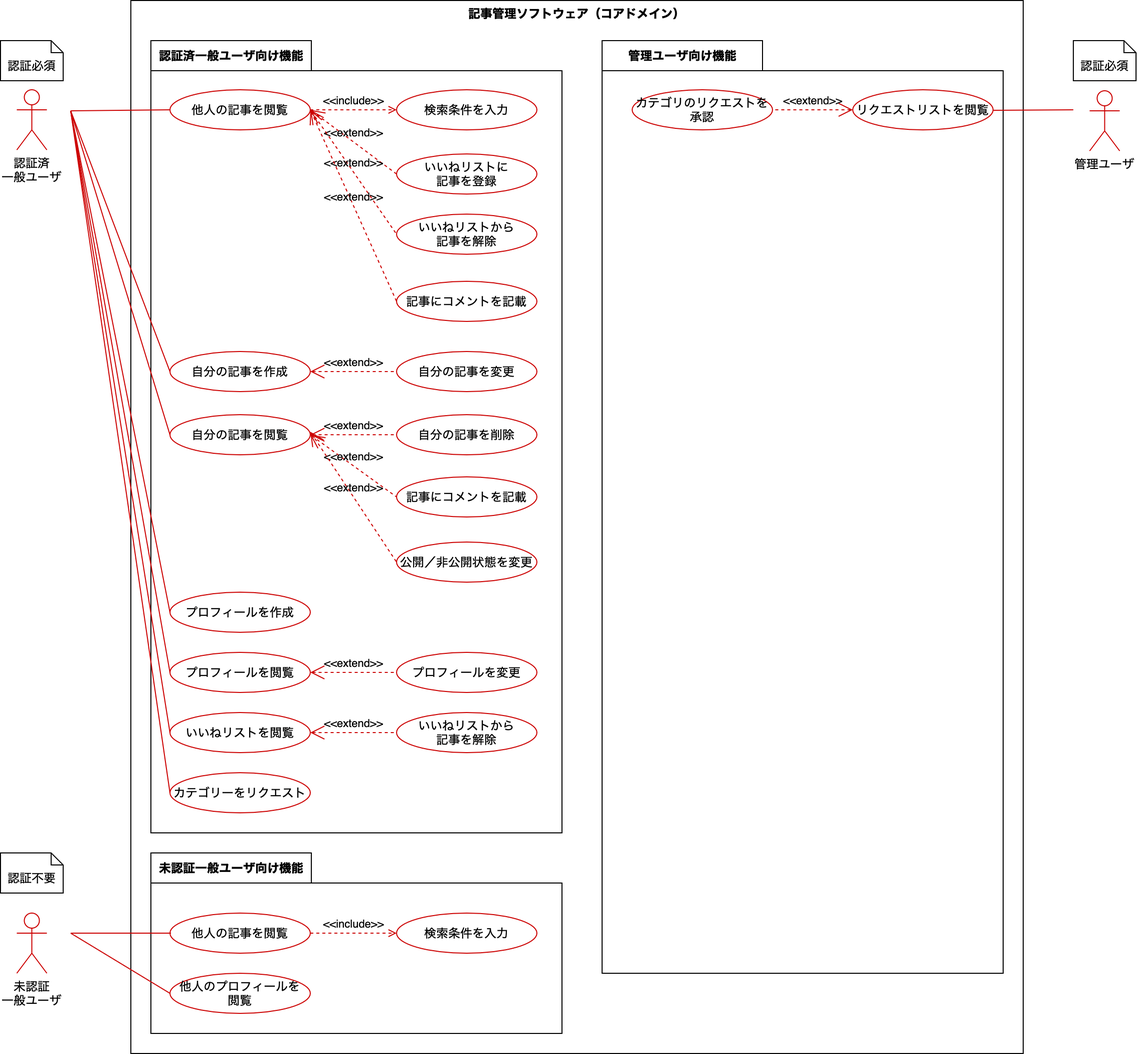
This is docs/usecase-diagrams/ddd-api-with-laravel_usecase-diagram.drawio.png from hiroki-it/ddd-backend-with-laravel, a draw.io export, as it was before one commit. Source tidied: cells renumbered, new cells last; positions are measured from the earlier drawing's top-left corner, leaving out a move shared by most shapes.
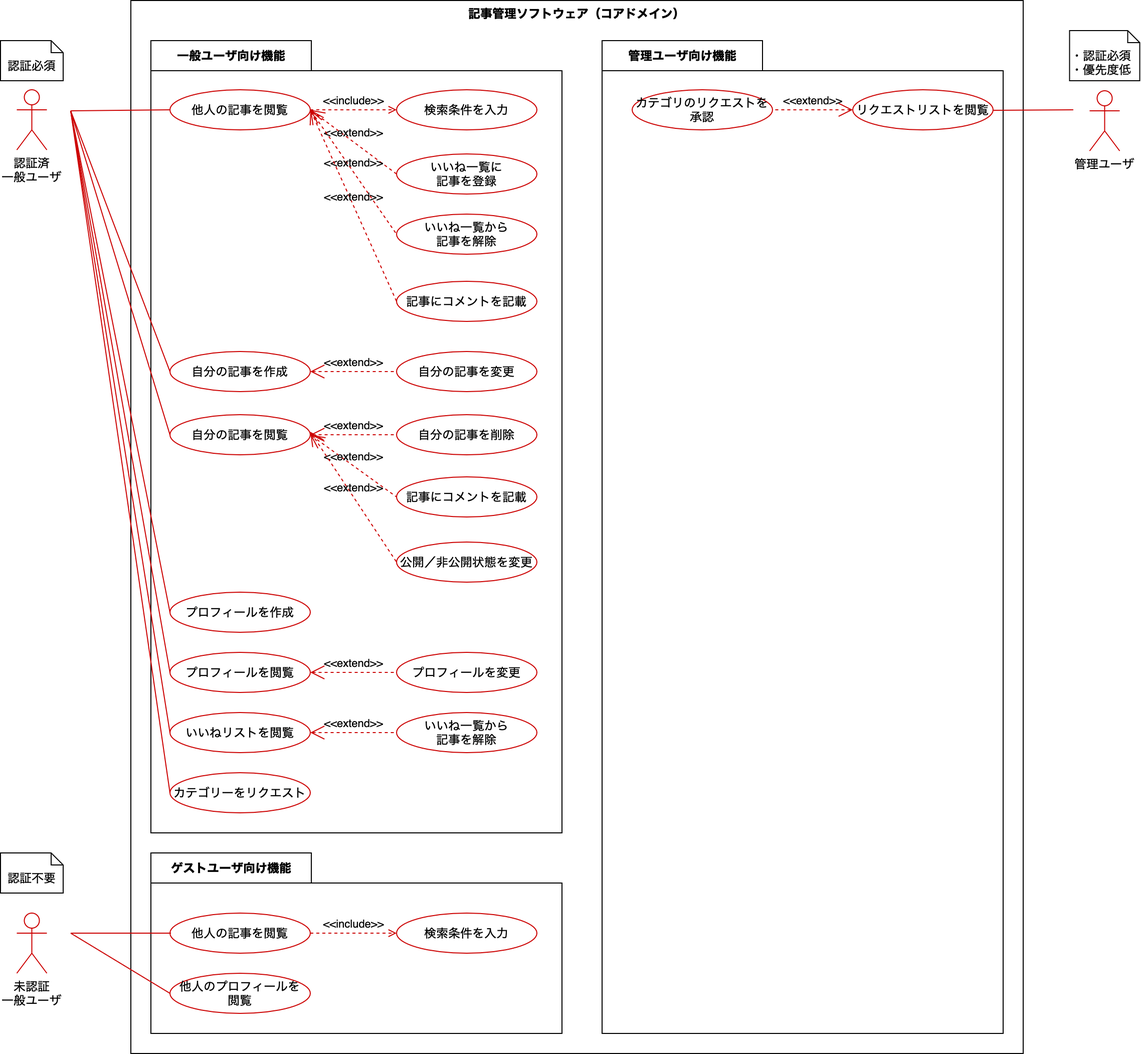
After the change.

Commit message:
update ユースケース図を更新した．

Change to the diagram source:
```diff
@@ -5,13 +5,13 @@
     <mxCell id="2" value="記事管理ソフトウェア（コアドメイン）" style="shape=rect;html=1;verticalAlign=top;fontStyle=1;whiteSpace=wrap;align=center;" parent="1" vertex="1">
       <mxGeometry x="130" width="890" height="1050" as="geometry" />
     </mxCell>
-    <mxCell id="3" value="未認証一般ユーザ向け機能" style="shape=folder;fontStyle=1;tabWidth=160;tabHeight=30;tabPosition=left;html=1;boundedLbl=1;labelInHeader=1;" parent="1" vertex="1">
+    <mxCell id="3" value="ゲストユーザ向け機能" style="shape=folder;fontStyle=1;tabWidth=160;tabHeight=30;tabPosition=left;html=1;boundedLbl=1;labelInHeader=1;" parent="1" vertex="1">
       <mxGeometry x="150" y="850" width="410" height="180" as="geometry" />
     </mxCell>
     <mxCell id="4" value="管理ユーザ向け機能" style="shape=folder;fontStyle=1;tabWidth=160;tabHeight=30;tabPosition=left;html=1;boundedLbl=1;labelInHeader=1;" parent="1" vertex="1">
-      <mxGeometry x="600" y="40" width="400" height="930" as="geometry" />
+      <mxGeometry x="600" y="40" width="400" height="990" as="geometry" />
     </mxCell>
-    <mxCell id="5" value="認証済一般ユーザ向け機能" style="shape=folder;fontStyle=1;tabWidth=160;tabHeight=30;tabPosition=left;html=1;boundedLbl=1;labelInHeader=1;" parent="1" vertex="1">
+    <mxCell id="5" value="一般ユーザ向け機能" style="shape=folder;fontStyle=1;tabWidth=160;tabHeight=30;tabPosition=left;html=1;boundedLbl=1;labelInHeader=1;" parent="1" vertex="1">
       <mxGeometry x="150" y="40" width="410" height="790" as="geometry" />
     </mxCell>
     <mxCell id="6" value="他人の記事を閲覧" style="ellipse;whiteSpace=wrap;html=1;strokeColor=#CC0000;" parent="1" vertex="1">
@@ -63,7 +63,7 @@
     <mxCell id="19" value="&amp;lt;&amp;lt;include&amp;gt;&amp;gt;" style="edgeStyle=none;html=1;endArrow=open;verticalAlign=bottom;dashed=1;labelBackgroundColor=none;strokeColor=#CC0000;exitX=1;exitY=0.5;exitDx=0;exitDy=0;" parent="1" edge="1" source="15" target="18">
       <mxGeometry relative="1" as="geometry" />
     </mxCell>
-    <mxCell id="20" value="いいねリストに&lt;br&gt;記事を登録" style="ellipse;whiteSpace=wrap;html=1;strokeColor=#CC0000;" parent="1" vertex="1">
+    <mxCell id="20" value="いいね一覧に&lt;br&gt;記事を登録" style="ellipse;whiteSpace=wrap;html=1;strokeColor=#CC0000;" parent="1" vertex="1">
       <mxGeometry x="395" y="153" width="140" height="40" as="geometry" />
     </mxCell>
     <mxCell id="21" value="認証不要" style="shape=note2;boundedLbl=1;whiteSpace=wrap;html=1;size=12;verticalAlign=top;align=center;direction=east;" parent="1" vertex="1">
@@ -80,7 +80,7 @@
         <mxPoint x="70" y="110" as="sourcePoint" />
       </mxGeometry>
     </mxCell>
-    <mxCell id="25" value="いいねリストから&lt;br&gt;記事を解除" style="ellipse;whiteSpace=wrap;html=1;strokeColor=#CC0000;" parent="1" vertex="1">
+    <mxCell id="25" value="いいね一覧から&lt;br&gt;記事を解除" style="ellipse;whiteSpace=wrap;html=1;strokeColor=#CC0000;" parent="1" vertex="1">
       <mxGeometry x="395" y="710" width="140" height="40" as="geometry" />
     </mxCell>
     <mxCell id="26" value="プロフィールを作成" style="ellipse;whiteSpace=wrap;html=1;strokeColor=#CC0000;" parent="1" vertex="1">
@@ -133,7 +133,7 @@
     <mxCell id="39" value="&amp;lt;&amp;lt;extend&amp;gt;&amp;gt;" style="edgeStyle=none;html=1;startArrow=open;endArrow=none;startSize=12;verticalAlign=bottom;dashed=1;labelBackgroundColor=none;entryX=0;entryY=0.5;entryDx=0;entryDy=0;strokeColor=#CC0000;exitX=1;exitY=0.5;exitDx=0;exitDy=0;" parent="1" edge="1" source="23" target="25">
       <mxGeometry relative="1" as="geometry" />
     </mxCell>
-    <mxCell id="40" value="いいねリストから&lt;br&gt;記事を解除" style="ellipse;whiteSpace=wrap;html=1;strokeColor=#CC0000;" parent="1" vertex="1">
+    <mxCell id="40" value="いいね一覧から&lt;br&gt;記事を解除" style="ellipse;whiteSpace=wrap;html=1;strokeColor=#CC0000;" parent="1" vertex="1">
       <mxGeometry x="395" y="213" width="140" height="40" as="geometry" />
     </mxCell>
     <mxCell id="41" value="&amp;lt;&amp;lt;extend&amp;gt;&amp;gt;" style="edgeStyle=none;html=1;startArrow=open;endArrow=none;startSize=12;verticalAlign=bottom;dashed=1;labelBackgroundColor=none;entryX=0;entryY=0.5;entryDx=0;entryDy=0;strokeColor=#CC0000;exitX=1;exitY=0.5;exitDx=0;exitDy=0;" parent="1" edge="1" source="6" target="40">
@@ -148,8 +148,8 @@
     <mxCell id="44" style="edgeStyle=orthogonalEdgeStyle;rounded=0;orthogonalLoop=1;jettySize=auto;html=1;exitX=0.5;exitY=1;exitDx=0;exitDy=0;exitPerimeter=0;" parent="1" edge="1" source="3" target="3">
       <mxGeometry relative="1" as="geometry" />
     </mxCell>
-    <mxCell id="45" value="認証必須" style="shape=note2;boundedLbl=1;whiteSpace=wrap;html=1;size=12;verticalAlign=top;align=center;" parent="1" vertex="1">
-      <mxGeometry x="1070" y="40" width="62.5" height="40" as="geometry" />
+    <mxCell id="45" value="・認証必須&lt;br&gt;・優先度低" style="shape=note2;boundedLbl=1;whiteSpace=wrap;html=1;size=12;verticalAlign=top;align=left;" parent="1" vertex="1">
+      <mxGeometry x="1066.2" y="30" width="70" height="50" as="geometry" />
     </mxCell>
     <mxCell id="46" value="管理ユーザ" style="shape=umlActor;html=1;verticalLabelPosition=bottom;verticalAlign=top;align=center;strokeColor=#CC0000;" parent="1" vertex="1">
       <mxGeometry x="1086.2" y="90" width="30" height="60" as="geometry" />
```
